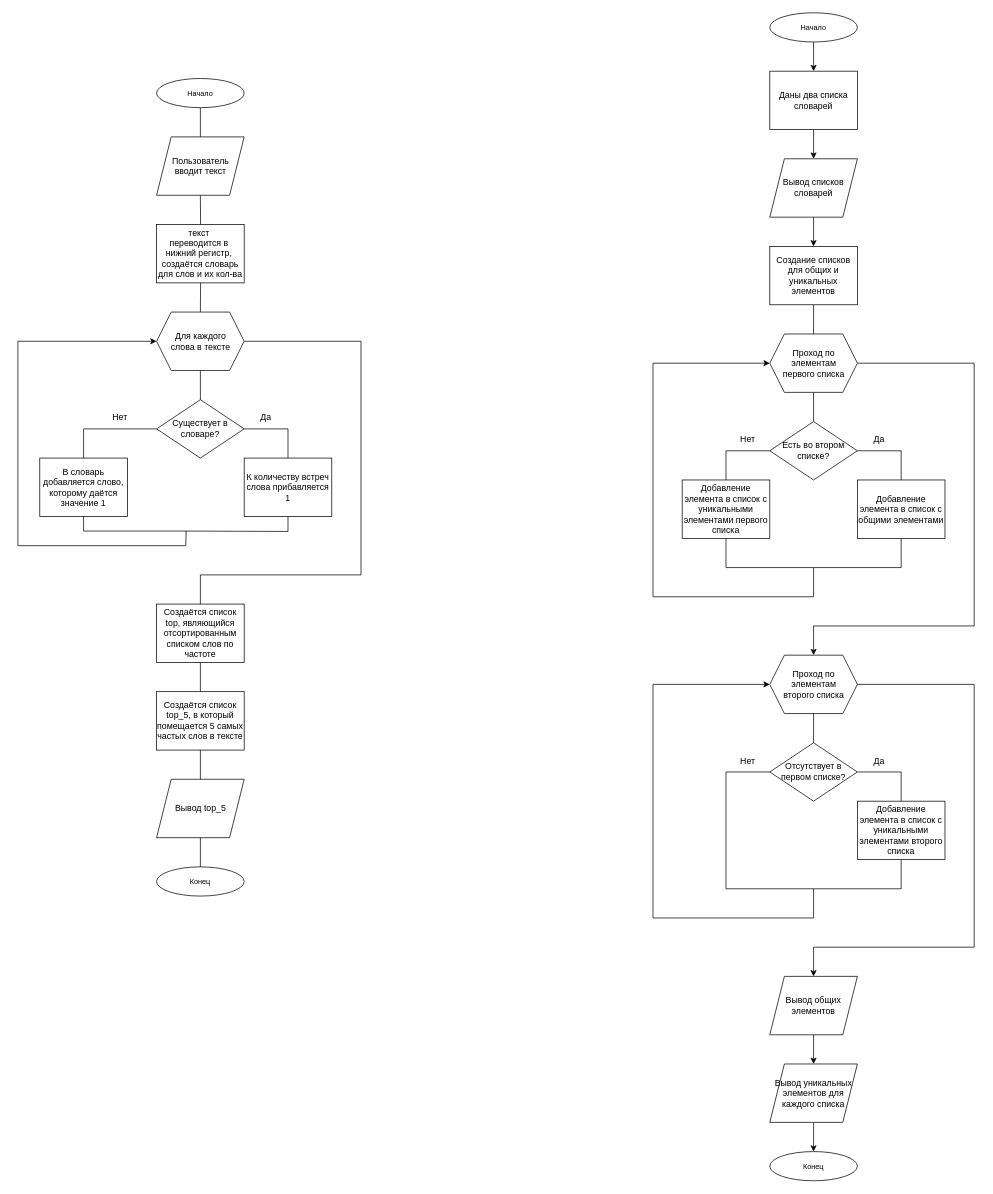
Before: task_3/Блок-схема для 3 задачи.drawio in konodop/Python_data_types, a draw.io diagram. Source tidied: cells renumbered, new cells numbered last; positions are measured from the earlier drawing's top-left corner, leaving out a move shared by most shapes. Both pictures are drawn from the tidied source at 73%, with x=0, y=0 at pixel (18, 12).
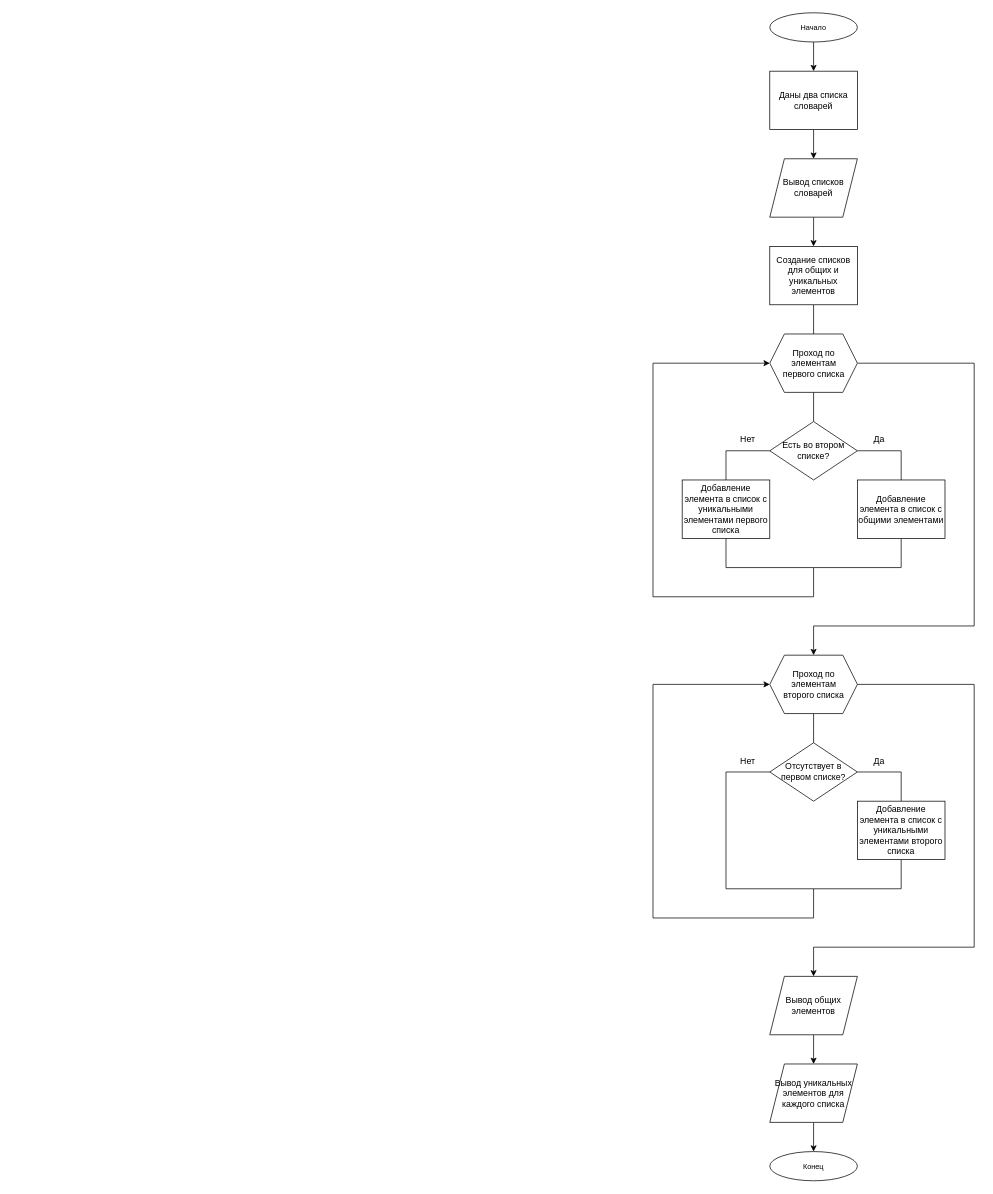
After the change.

Commit message (it also covers changes not shown here):
изменения в блок схемах

What changed in the source:
```diff
@@
-    <mxCell id="2" style="edgeStyle=orthogonalEdgeStyle;rounded=0;jettySize=auto;html=1;entryX=0.5;entryY=0;entryDx=0;entryDy=0;endArrow=none;endFill=0;" parent="1" edge="1" source="3">
-      <mxGeometry relative="1" as="geometry">
-        <mxPoint x="250" y="170" as="targetPoint" />
-      </mxGeometry>
-    </mxCell>
-    <mxCell id="3" value="&lt;font style=&quot;font-size: 10px;&quot;&gt;Начало&lt;/font&gt;" style="ellipse;whiteSpace=wrap;html=1;shapeInside=1;" parent="1" vertex="1">
-      <mxGeometry x="190" y="90" width="120" height="40" as="geometry" />
-    </mxCell>
-    <mxCell id="4" value="&lt;font style=&quot;font-size: 10px;&quot;&gt;Конец&lt;/font&gt;" style="ellipse;whiteSpace=wrap;html=1;shapeInside=1;" parent="1" vertex="1">
-      <mxGeometry x="190" y="1170" width="120" height="40" as="geometry" />
-    </mxCell>
-    <mxCell id="5" style="edgeStyle=orthogonalEdgeStyle;rounded=0;jettySize=auto;html=1;endArrow=none;endFill=0;entryX=0.5;entryY=0;entryDx=0;entryDy=0;" parent="1" edge="1" target="8">
-      <mxGeometry relative="1" as="geometry">
-        <mxPoint x="250" y="250" as="sourcePoint" />
-      </mxGeometry>
-    </mxCell>
-    <mxCell id="6" style="edgeStyle=orthogonalEdgeStyle;rounded=0;jettySize=auto;html=1;endArrow=none;endFill=0;entryX=0.5;entryY=0;entryDx=0;entryDy=0;" parent="1" edge="1" source="8">
-      <mxGeometry relative="1" as="geometry">
-        <mxPoint x="250" y="530" as="targetPoint" />
-      </mxGeometry>
-    </mxCell>
-    <mxCell id="7" style="edgeStyle=orthogonalEdgeStyle;rounded=0;jettySize=auto;html=1;entryX=0.5;entryY=0;entryDx=0;entryDy=0;exitX=1;exitY=0.5;exitDx=0;exitDy=0;endArrow=none;endFill=0;" parent="1" edge="1" source="8" target="21">
-      <mxGeometry relative="1" as="geometry">
-        <Array as="points">
-          <mxPoint x="470" y="450" />
-          <mxPoint x="470" y="770" />
-          <mxPoint x="250" y="770" />
-        </Array>
-      </mxGeometry>
-    </mxCell>
-    <mxCell id="8" value="Для каждого&lt;div&gt;слова в тексте&lt;/div&gt;" style="shape=hexagon;perimeter=hexagonPerimeter2;html=1;shapeInside=1;fixedSize=1;" parent="1" vertex="1">
-      <mxGeometry x="190" y="410" width="120" height="80" as="geometry" />
-    </mxCell>
-    <mxCell id="9" value="Пользователь&lt;div&gt;вводит текст&lt;/div&gt;" style="shape=parallelogram;perimeter=parallelogramPerimeter;html=1;shapeInside=1;fixedSize=1;align=center;labelPosition=center;verticalLabelPosition=middle;verticalAlign=middle;" parent="1" vertex="1">
-      <mxGeometry x="190" y="170" width="120" height="80" as="geometry" />
-    </mxCell>
-    <mxCell id="10" value="&lt;span style=&quot;white-space: nowrap;&quot;&gt;текст&amp;nbsp;&lt;/span&gt;&lt;div&gt;&lt;span style=&quot;white-space: nowrap;&quot;&gt;переводится в&amp;nbsp;&lt;/span&gt;&lt;/div&gt;&lt;div&gt;&lt;span style=&quot;white-space: nowrap;&quot;&gt;нижний регистр,&amp;nbsp;&lt;/span&gt;&lt;/div&gt;&lt;div&gt;&lt;span style=&quot;white-space: nowrap;&quot;&gt;создаётся словарь&lt;/span&gt;&lt;/div&gt;&lt;div&gt;&lt;span style=&quot;white-space: nowrap;&quot;&gt;для слов и их кол-ва&lt;/span&gt;&lt;/div&gt;" style="rounded=0;whiteSpace=wrap;html=1;" parent="1" vertex="1">
-      <mxGeometry x="190" y="290" width="120" height="80" as="geometry" />
-    </mxCell>
-    <mxCell id="11" value="Существует в словаре?" style="rhombus;whiteSpace=wrap;html=1;shapeInside=1;" parent="1" vertex="1">
-      <mxGeometry x="190" y="530" width="120" height="80" as="geometry" />
-    </mxCell>
-    <mxCell id="12" value="К количеству встреч слова прибавляется 1" style="rounded=0;whiteSpace=wrap;html=1;" parent="1" vertex="1">
-      <mxGeometry x="310" y="610" width="120" height="80" as="geometry" />
-    </mxCell>
-    <mxCell id="13" style="endArrow=none;html=1;rounded=0;fontFamily=Helvetica;fontSize=12;fontColor=default;exitX=1;exitY=0.5;exitDx=0;exitDy=0;entryX=0.5;entryY=0;entryDx=0;entryDy=0;edgeStyle=orthogonalEdgeStyle;" parent="1" edge="1" source="11" target="12">
-      <mxGeometry relative="1" as="geometry" />
-    </mxCell>
-    <mxCell id="14" value="Да" style="text;html=1;whiteSpace=wrap;strokeColor=none;fillColor=none;align=center;verticalAlign=middle;rounded=0;" parent="1" vertex="1">
-      <mxGeometry x="310" y="540" width="60" height="30" as="geometry" />
-    </mxCell>
-    <mxCell id="15" value="В словарь добавляется слово, которому даётся значение 1" style="rounded=0;whiteSpace=wrap;html=1;" parent="1" vertex="1">
-      <mxGeometry x="30" y="610" width="120" height="80" as="geometry" />
-    </mxCell>
-    <mxCell id="16" style="endArrow=none;html=1;rounded=0;fontFamily=Helvetica;fontSize=12;fontColor=default;exitX=0.5;exitY=0;exitDx=0;exitDy=0;edgeStyle=orthogonalEdgeStyle;entryX=0;entryY=0.5;entryDx=0;entryDy=0;" parent="1" edge="1" source="15" target="11">
-      <mxGeometry relative="1" as="geometry">
-        <Array as="points">
-          <mxPoint x="90" y="570" />
-        </Array>
-      </mxGeometry>
-    </mxCell>
-    <mxCell id="17" value="Нет" style="text;html=1;whiteSpace=wrap;strokeColor=none;fillColor=none;align=center;verticalAlign=middle;rounded=0;" parent="1" vertex="1">
-      <mxGeometry x="110" y="540" width="60" height="30" as="geometry" />
-    </mxCell>
-    <mxCell id="18" style="endArrow=none;html=1;rounded=0;fontFamily=Helvetica;fontSize=12;fontColor=default;exitX=0.5;exitY=1;exitDx=0;exitDy=0;edgeStyle=orthogonalEdgeStyle;" parent="1" edge="1" source="15">
-      <mxGeometry relative="1" as="geometry">
-        <mxPoint x="230" y="730" as="targetPoint" />
-      </mxGeometry>
-    </mxCell>
-    <mxCell id="19" style="endArrow=none;html=1;rounded=0;fontFamily=Helvetica;fontSize=12;fontColor=default;entryX=0.5;entryY=1;entryDx=0;entryDy=0;edgeStyle=orthogonalEdgeStyle;" parent="1" edge="1" target="12">
-      <mxGeometry relative="1" as="geometry">
-        <mxPoint x="230" y="710" as="sourcePoint" />
-      </mxGeometry>
-    </mxCell>
-    <mxCell id="20" style="endArrow=classic;html=1;rounded=0;fontFamily=Helvetica;fontSize=12;fontColor=default;entryX=0;entryY=0.5;entryDx=0;entryDy=0;edgeStyle=orthogonalEdgeStyle;" parent="1" edge="1" target="8">
-      <mxGeometry relative="1" as="geometry">
-        <mxPoint x="230" y="730" as="sourcePoint" />
-        <Array as="points">
-          <mxPoint y="730" />
-          <mxPoint y="450" />
-        </Array>
-      </mxGeometry>
-    </mxCell>
-    <mxCell id="21" value="Создаётся список top_5, в который помещается 5 самых частых слов в тексте" style="rounded=0;whiteSpace=wrap;html=1;" parent="1" vertex="1">
-      <mxGeometry x="190" y="930" width="120" height="80" as="geometry" />
-    </mxCell>
-    <mxCell id="22" style="endArrow=none;html=1;rounded=0;fontFamily=Helvetica;fontSize=12;fontColor=default;exitX=0.5;exitY=0;exitDx=0;exitDy=0;entryX=0.5;entryY=1;entryDx=0;entryDy=0;" parent="1" edge="1" source="4" target="21">
-      <mxGeometry relative="1" as="geometry" />
-    </mxCell>
-    <mxCell id="23" value="Вывод top_5" style="shape=parallelogram;perimeter=parallelogramPerimeter;html=1;shapeInside=1;fixedSize=1;align=center;labelPosition=center;verticalLabelPosition=middle;verticalAlign=middle;" parent="1" vertex="1">
-      <mxGeometry x="190" y="1050" width="120" height="80" as="geometry" />
-    </mxCell>
-    <mxCell id="24" value="Создаётся список top, являющийся отсортированным списком слов по частоте" style="rounded=0;whiteSpace=wrap;html=1;" parent="1" vertex="1">
-      <mxGeometry x="190" y="810" width="120" height="80" as="geometry" />
-    </mxCell>
```
